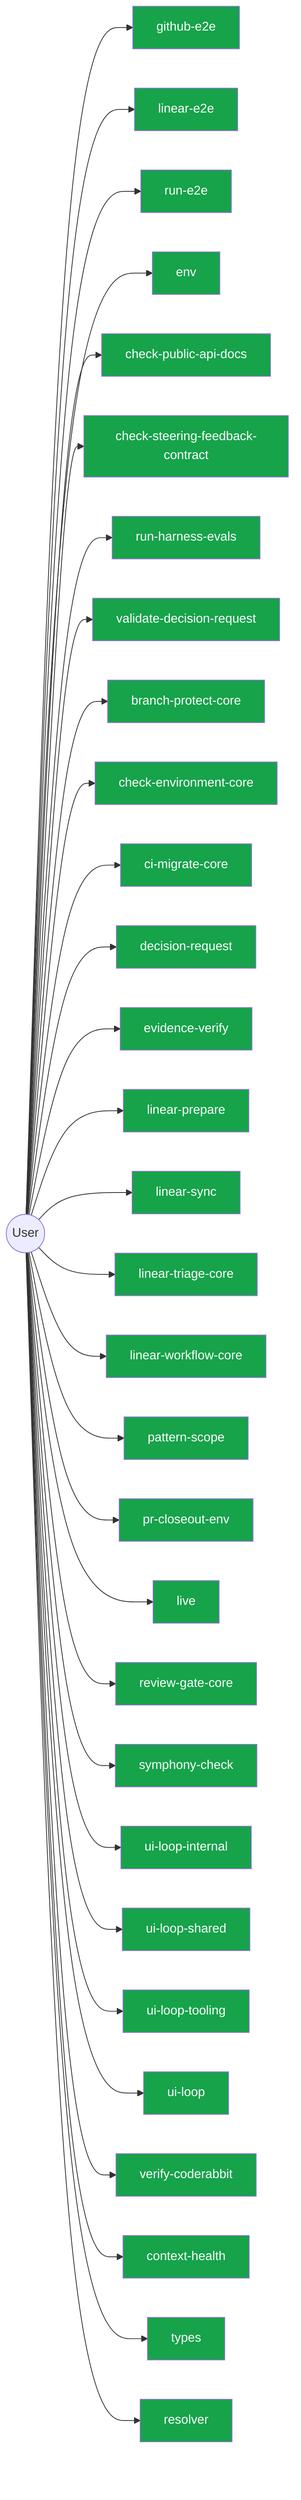
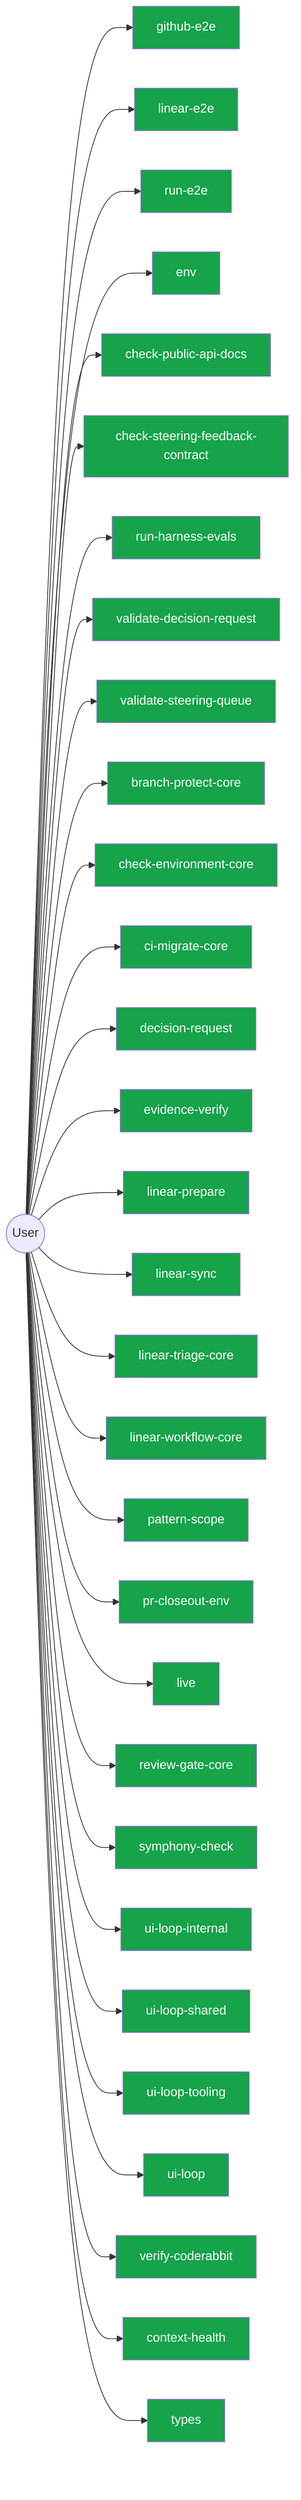
flowchart LR
  User(("User"))
  github_e2e_2891a341["github-e2e"]
  User --> github_e2e_2891a341
  linear_e2e_decf3708["linear-e2e"]
  User --> linear_e2e_decf3708
  run_e2e_39efe696["run-e2e"]
  User --> run_e2e_39efe696
  env_b77349bf["env"]
  User --> env_b77349bf
  check_public_api_docs_a9604f1b["check-public-api-docs"]
  User --> check_public_api_docs_a9604f1b
  check_steering_feedback_contract_80134459["check-steering-feedback-contract"]
  User --> check_steering_feedback_contract_80134459
  run_harness_evals_77704768["run-harness-evals"]
  User --> run_harness_evals_77704768
  validate_decision_request_2e5c325e["validate-decision-request"]
  User --> validate_decision_request_2e5c325e
+   validate_steering_queue_4bc0cc94["validate-steering-queue"]
+   User --> validate_steering_queue_4bc0cc94
  branch_protect_core_a8feb0fd["branch-protect-core"]
  User --> branch_protect_core_a8feb0fd
  check_environment_core_2c16213f["check-environment-core"]
  User --> check_environment_core_2c16213f
  ci_migrate_core_7005b5af["ci-migrate-core"]
  User --> ci_migrate_core_7005b5af
  decision_request_118a770d["decision-request"]
  User --> decision_request_118a770d
  evidence_verify_3b73c290["evidence-verify"]
  User --> evidence_verify_3b73c290
  linear_prepare_0c613ba6["linear-prepare"]
  User --> linear_prepare_0c613ba6
  linear_sync_a2fa2bf7["linear-sync"]
  User --> linear_sync_a2fa2bf7
  linear_triage_core_7cbca73e["linear-triage-core"]
  User --> linear_triage_core_7cbca73e
  linear_workflow_core_0e19cff4["linear-workflow-core"]
  User --> linear_workflow_core_0e19cff4
  pattern_scope_61ff946d["pattern-scope"]
  User --> pattern_scope_61ff946d
  pr_closeout_env_9bfcd9ef["pr-closeout-env"]
  User --> pr_closeout_env_9bfcd9ef
  live_247610f4["live"]
  User --> live_247610f4
  review_gate_core_4c8001f9["review-gate-core"]
  User --> review_gate_core_4c8001f9
  symphony_check_e97f2ea0["symphony-check"]
  User --> symphony_check_e97f2ea0
  ui_loop_internal_f2eb8892["ui-loop-internal"]
  User --> ui_loop_internal_f2eb8892
  ui_loop_shared_8c83b841["ui-loop-shared"]
  User --> ui_loop_shared_8c83b841
  ui_loop_tooling_12b2d2c7["ui-loop-tooling"]
  User --> ui_loop_tooling_12b2d2c7
  ui_loop_11660889["ui-loop"]
  User --> ui_loop_11660889
  verify_coderabbit_490b4e71["verify-coderabbit"]
  User --> verify_coderabbit_490b4e71
  context_health_1_ceb11829["context-health"]
  User --> context_health_1_ceb11829
  types_2_d9bc6e7a["types"]
  User --> types_2_d9bc6e7a
-   resolver_439c3635["resolver"]
-   User --> resolver_439c3635
  classDef userNode fill:#16a34a,color:#fff
-   class github_e2e_2891a341,linear_e2e_decf3708,run_e2e_39efe696,env_b77349bf,check_public_api_docs_a9604f1b,check_steering_feedback_contract_80134459,run_harness_evals_77704768,validate_decision_request_2e5c325e,branch_protect_core_a8feb0fd,check_environment_core_2c16213f,ci_migrate_core_7005b5af,decision_request_118a770d,evidence_verify_3b73c290,linear_prepare_0c613ba6,linear_sync_a2fa2bf7,linear_triage_core_7cbca73e,linear_workflow_core_0e19cff4,pattern_scope_61ff946d,pr_closeout_env_9bfcd9ef,live_247610f4,review_gate_core_4c8001f9,symphony_check_e97f2ea0,ui_loop_internal_f2eb8892,ui_loop_shared_8c83b841,ui_loop_tooling_12b2d2c7,ui_loop_11660889,verify_coderabbit_490b4e71,context_health_1_ceb11829,types_2_d9bc6e7a,resolver_439c3635 userNode
+   class github_e2e_2891a341,linear_e2e_decf3708,run_e2e_39efe696,env_b77349bf,check_public_api_docs_a9604f1b,check_steering_feedback_contract_80134459,run_harness_evals_77704768,validate_decision_request_2e5c325e,validate_steering_queue_4bc0cc94,branch_protect_core_a8feb0fd,check_environment_core_2c16213f,ci_migrate_core_7005b5af,decision_request_118a770d,evidence_verify_3b73c290,linear_prepare_0c613ba6,linear_sync_a2fa2bf7,linear_triage_core_7cbca73e,linear_workflow_core_0e19cff4,pattern_scope_61ff946d,pr_closeout_env_9bfcd9ef,live_247610f4,review_gate_core_4c8001f9,symphony_check_e97f2ea0,ui_loop_internal_f2eb8892,ui_loop_shared_8c83b841,ui_loop_tooling_12b2d2c7,ui_loop_11660889,verify_coderabbit_490b4e71,context_health_1_ceb11829,types_2_d9bc6e7a userNode
